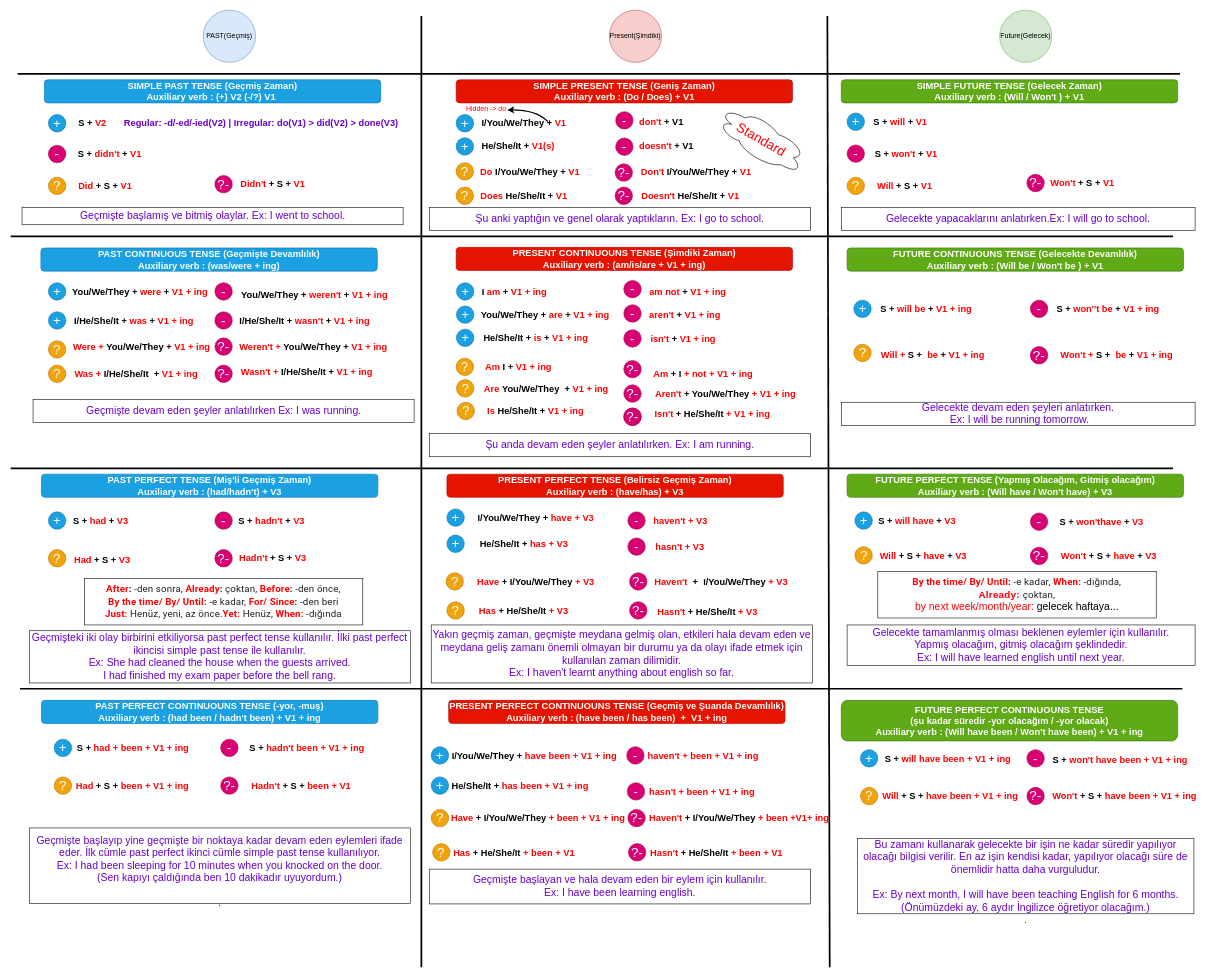
The draw.io diagram 12-english-tenses-formula.drawio in muratcakmaksoftware/english-formula-diagrams, before the edit. Source tidied: cells renumbered, new cells numbered last; positions are measured from the earlier drawing's top-left corner, leaving out a move shared by most shapes. Both pictures are drawn from the tidied source at 58%, with x=0, y=0 at pixel (10, 10).
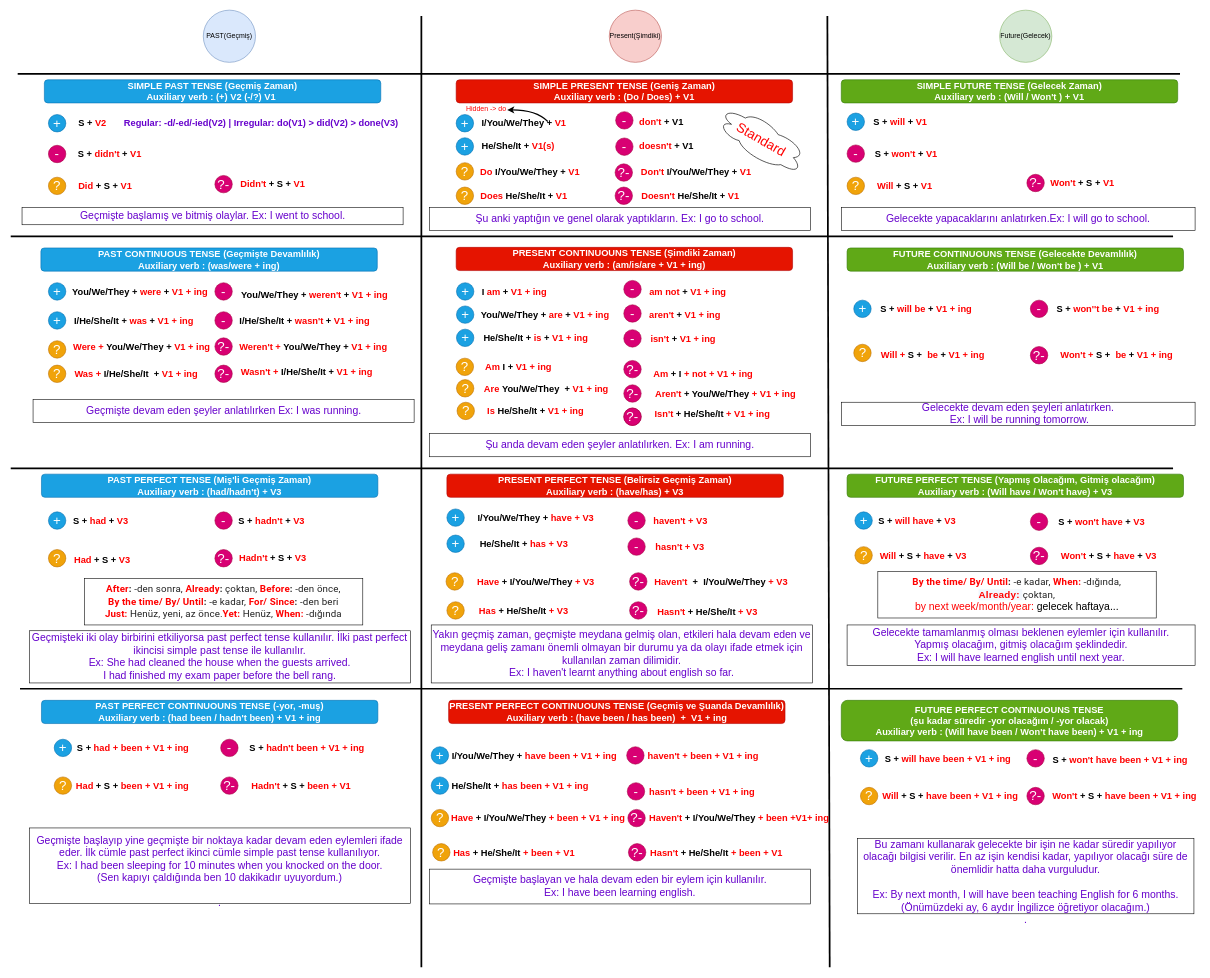
Above is the later version.

What changed in the source:
```diff
@@
-    <mxCell id="140" value="S +&amp;nbsp;&lt;font color=&quot;#ff0000&quot;&gt;won'thave&amp;nbsp;&lt;/font&gt;+ &lt;font color=&quot;#ff0000&quot;&gt;V3&lt;/font&gt;" style="text;html=1;strokeColor=none;fillColor=none;align=center;verticalAlign=middle;whiteSpace=wrap;rounded=0;labelBackgroundColor=none;fontSize=16;fontStyle=1;" parent="1" vertex="1">
+    <mxCell id="140" value="S +&amp;nbsp;&lt;font color=&quot;#ff0000&quot;&gt;won't have&amp;nbsp;&lt;/font&gt;+ &lt;font color=&quot;#ff0000&quot;&gt;V3&lt;/font&gt;" style="text;html=1;strokeColor=none;fillColor=none;align=center;verticalAlign=middle;whiteSpace=wrap;rounded=0;labelBackgroundColor=none;fontSize=16;fontStyle=1;" parent="1" vertex="1">
       <mxGeometry x="1801" y="872" width="160" height="20" as="geometry" />
     </mxCell>
```
